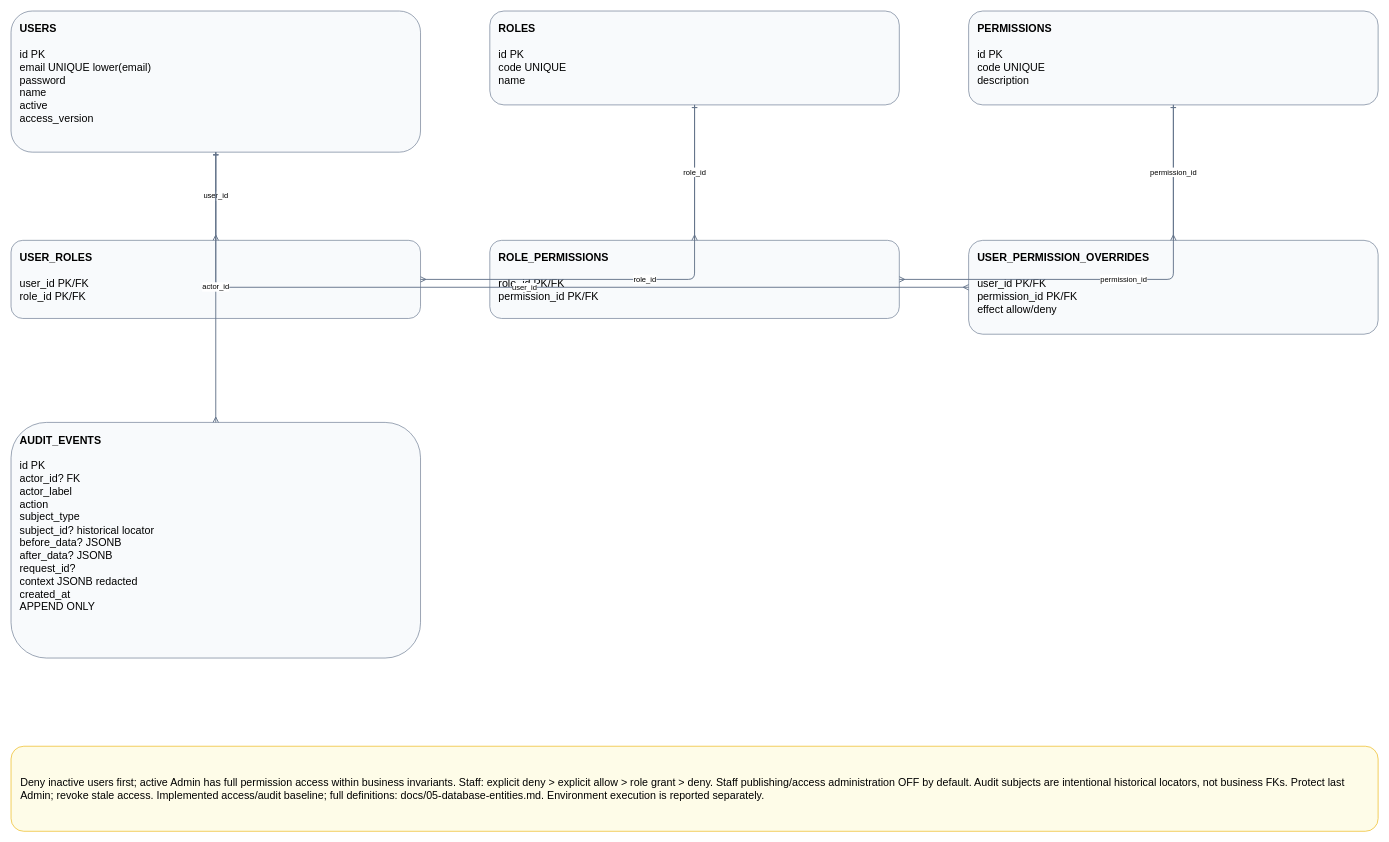
The draw.io diagram page "06 Access and Audit" (6 of 8) of docs/diagrams/catalog_v3.drawio in garfield2001/zek-catering-reservation, before the edit. Source tidied: cells renumbered, new cells numbered last; positions are measured from the earlier drawing's top-left corner, leaving out a move shared by most shapes. Both pictures are drawn from the tidied source at 63%, with x=0, y=0 at pixel (11, 11).
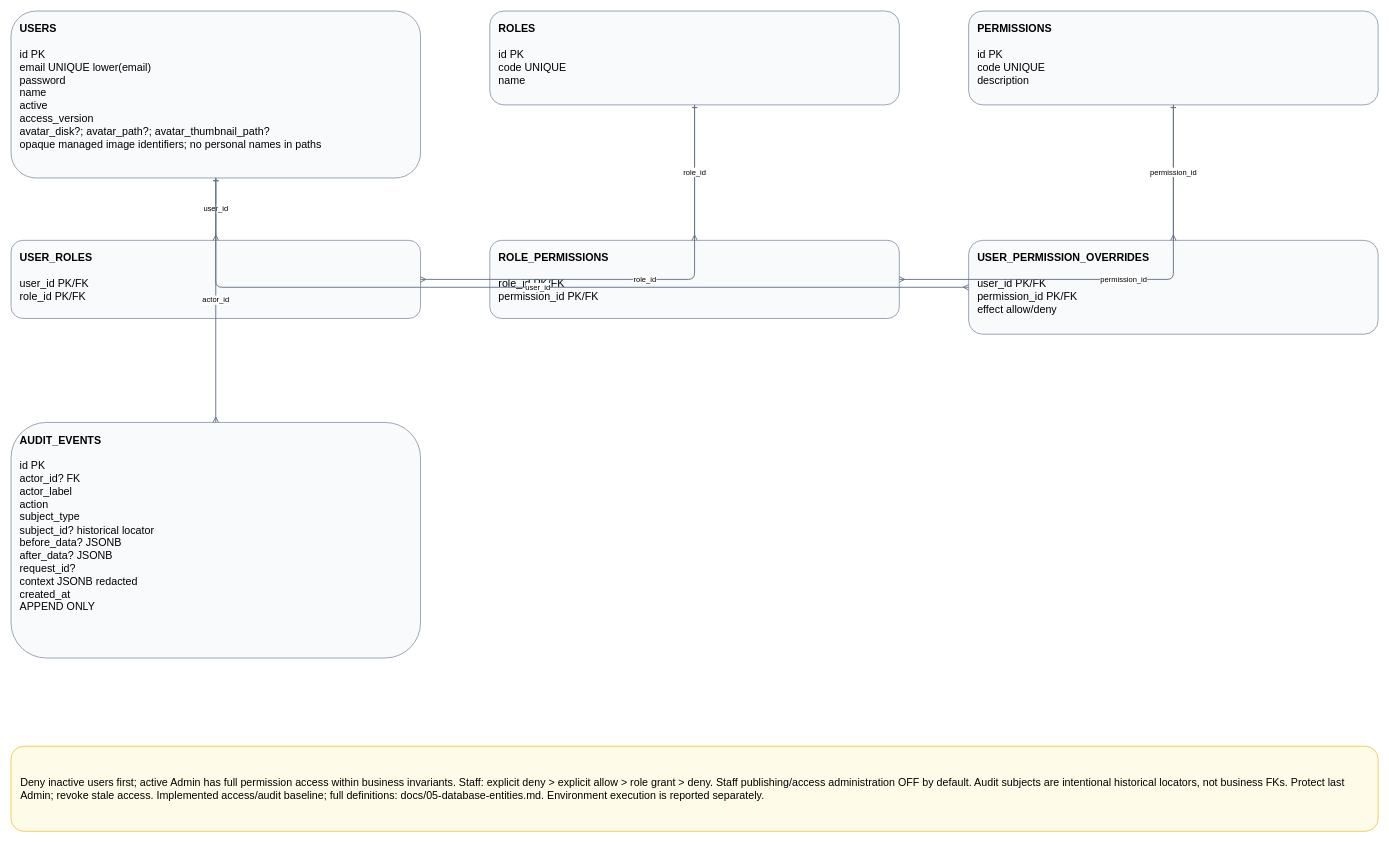
The same diagram, later.

What changed in the source:
```diff
@@
 <mxGraphModel>
   <root>
     <mxCell id="0" />
     <mxCell id="1" parent="0" />
-    <mxCell id="2" value="&lt;b&gt;USERS&lt;/b&gt;&lt;br/&gt;&lt;br/&gt;id PK&lt;br/&gt;email UNIQUE lower(email)&lt;br/&gt;password&lt;br/&gt;name&lt;br/&gt;active&lt;br/&gt;access_version" style="rounded=1;whiteSpace=wrap;html=1;fillColor=#f8fafc;strokeColor=#64748b;fontSize=17;align=left;verticalAlign=top;spacing=14;" parent="1" vertex="1">
-      <mxGeometry width="650" height="224" as="geometry" />
+    <mxCell id="2" value="&lt;b&gt;USERS&lt;/b&gt;&lt;br/&gt;&lt;br/&gt;id PK&lt;br/&gt;email UNIQUE lower(email)&lt;br/&gt;password&lt;br/&gt;name&lt;br/&gt;active&lt;br/&gt;access_version&lt;br/&gt;avatar_disk?; avatar_path?; avatar_thumbnail_path?&lt;br/&gt;opaque managed image identifiers; no personal names in paths" style="rounded=1;whiteSpace=wrap;html=1;fillColor=#f8fafc;strokeColor=#64748b;fontSize=17;align=left;verticalAlign=top;spacing=14;" parent="1" vertex="1">
+      <mxGeometry width="650" height="265" as="geometry" />
     </mxCell>
     <mxCell id="3" value="&lt;b&gt;ROLES&lt;/b&gt;&lt;br/&gt;&lt;br/&gt;id PK&lt;br/&gt;code UNIQUE&lt;br/&gt;name" style="rounded=1;whiteSpace=wrap;html=1;fillColor=#f8fafc;strokeColor=#64748b;fontSize=17;align=left;verticalAlign=top;spacing=14;" parent="1" vertex="1">
       <mxGeometry x="760" width="650" height="149" as="geometry" />
     </mxCell>
     <mxCell id="4" value="&lt;b&gt;PERMISSIONS&lt;/b&gt;&lt;br/&gt;&lt;br/&gt;id PK&lt;br/&gt;code UNIQUE&lt;br/&gt;description" style="rounded=1;whiteSpace=wrap;html=1;fillColor=#f8fafc;strokeColor=#64748b;fontSize=17;align=left;verticalAlign=top;spacing=14;" parent="1" vertex="1">
       <mxGeometry x="1520" width="650" height="149" as="geometry" />
     </mxCell>
     <mxCell id="5" value="&lt;b&gt;USER_ROLES&lt;/b&gt;&lt;br/&gt;&lt;br/&gt;user_id PK/FK&lt;br/&gt;role_id PK/FK" style="rounded=1;whiteSpace=wrap;html=1;fillColor=#f8fafc;strokeColor=#64748b;fontSize=17;align=left;verticalAlign=top;spacing=14;" parent="1" vertex="1">
       <mxGeometry y="364" width="650" height="124" as="geometry" />
     </mxCell>
     <mxCell id="6" value="&lt;b&gt;ROLE_PERMISSIONS&lt;/b&gt;&lt;br/&gt;&lt;br/&gt;role_id PK/FK&lt;br/&gt;permission_id PK/FK" style="rounded=1;whiteSpace=wrap;html=1;fillColor=#f8fafc;strokeColor=#64748b;fontSize=17;align=left;verticalAlign=top;spacing=14;" parent="1" vertex="1">
       <mxGeometry x="760" y="364" width="650" height="124" as="geometry" />
     </mxCell>
     <mxCell id="7" value="&lt;b&gt;USER_PERMISSION_OVERRIDES&lt;/b&gt;&lt;br/&gt;&lt;br/&gt;user_id PK/FK&lt;br/&gt;permission_id PK/FK&lt;br/&gt;effect allow/deny" style="rounded=1;whiteSpace=wrap;html=1;fillColor=#f8fafc;strokeColor=#64748b;fontSize=17;align=left;verticalAlign=top;spacing=14;" parent="1" vertex="1">
       <mxGeometry x="1520" y="364" width="650" height="149" as="geometry" />
     </mxCell>
     <mxCell id="8" value="&lt;b&gt;AUDIT_EVENTS&lt;/b&gt;&lt;br/&gt;&lt;br/&gt;id PK&lt;br/&gt;actor_id? FK&lt;br/&gt;actor_label&lt;br/&gt;action&lt;br/&gt;subject_type&lt;br/&gt;subject_id? historical locator&lt;br/&gt;before_data? JSONB&lt;br/&gt;after_data? JSONB&lt;br/&gt;request_id?&lt;br/&gt;context JSONB redacted&lt;br/&gt;created_at&lt;br/&gt;APPEND ONLY" style="rounded=1;whiteSpace=wrap;html=1;fillColor=#f8fafc;strokeColor=#64748b;fontSize=17;align=left;verticalAlign=top;spacing=14;" parent="1" vertex="1">
       <mxGeometry y="653" width="650" height="374" as="geometry" />
     </mxCell>
     <mxCell id="9" value="user_id" style="edgeStyle=orthogonalEdgeStyle;rounded=1;html=1;endArrow=ERone;startArrow=ERmany;strokeColor=#64748b;strokeWidth=1.5;fontSize=12;labelBackgroundColor=#ffffff;" parent="1" edge="1" source="5" target="2">
       <mxGeometry relative="1" as="geometry" />
     </mxCell>
     <mxCell id="10" value="role_id" style="edgeStyle=orthogonalEdgeStyle;rounded=1;html=1;endArrow=ERone;startArrow=ERmany;strokeColor=#64748b;strokeWidth=1.5;fontSize=12;labelBackgroundColor=#ffffff;" parent="1" edge="1" source="5" target="3">
       <mxGeometry relative="1" as="geometry" />
     </mxCell>
     <mxCell id="11" value="role_id" style="edgeStyle=orthogonalEdgeStyle;rounded=1;html=1;endArrow=ERone;startArrow=ERmany;strokeColor=#64748b;strokeWidth=1.5;fontSize=12;labelBackgroundColor=#ffffff;" parent="1" edge="1" source="6" target="3">
       <mxGeometry relative="1" as="geometry" />
     </mxCell>
     <mxCell id="12" value="permission_id" style="edgeStyle=orthogonalEdgeStyle;rounded=1;html=1;endArrow=ERone;startArrow=ERmany;strokeColor=#64748b;strokeWidth=1.5;fontSize=12;labelBackgroundColor=#ffffff;" parent="1" edge="1" source="6" target="4">
       <mxGeometry relative="1" as="geometry" />
     </mxCell>
     <mxCell id="13" value="user_id" style="edgeStyle=orthogonalEdgeStyle;rounded=1;html=1;endArrow=ERone;startArrow=ERmany;strokeColor=#64748b;strokeWidth=1.5;fontSize=12;labelBackgroundColor=#ffffff;" parent="1" edge="1" source="7" target="2">
       <mxGeometry relative="1" as="geometry" />
     </mxCell>
     <mxCell id="14" value="permission_id" style="edgeStyle=orthogonalEdgeStyle;rounded=1;html=1;endArrow=ERone;startArrow=ERmany;strokeColor=#64748b;strokeWidth=1.5;fontSize=12;labelBackgroundColor=#ffffff;" parent="1" edge="1" source="7" target="4">
       <mxGeometry relative="1" as="geometry" />
     </mxCell>
     <mxCell id="15" value="actor_id" style="edgeStyle=orthogonalEdgeStyle;rounded=1;html=1;endArrow=ERone;startArrow=ERmany;strokeColor=#64748b;strokeWidth=1.5;fontSize=12;labelBackgroundColor=#ffffff;" parent="1" edge="1" source="8" target="2">
       <mxGeometry relative="1" as="geometry" />
     </mxCell>
     <mxCell id="16" value="Deny inactive users first; active Admin has full permission access within business invariants. Staff: explicit deny &gt; explicit allow &gt; role grant &gt; deny. Staff publishing/access administration OFF by default. Audit subjects are intentional historical locators, not business FKs. Protect last Admin; revoke stale access. Implemented access/audit baseline; full definitions: docs/05-database-entities.md. Environment execution is reported separately." style="rounded=1;whiteSpace=wrap;html=1;fillColor=#fefce8;strokeColor=#eab308;fontSize=17;align=left;spacing=15;" parent="1" vertex="1">
       <mxGeometry y="1167" width="2170" height="135" as="geometry" />
     </mxCell>
   </root>
 </mxGraphModel>
```
